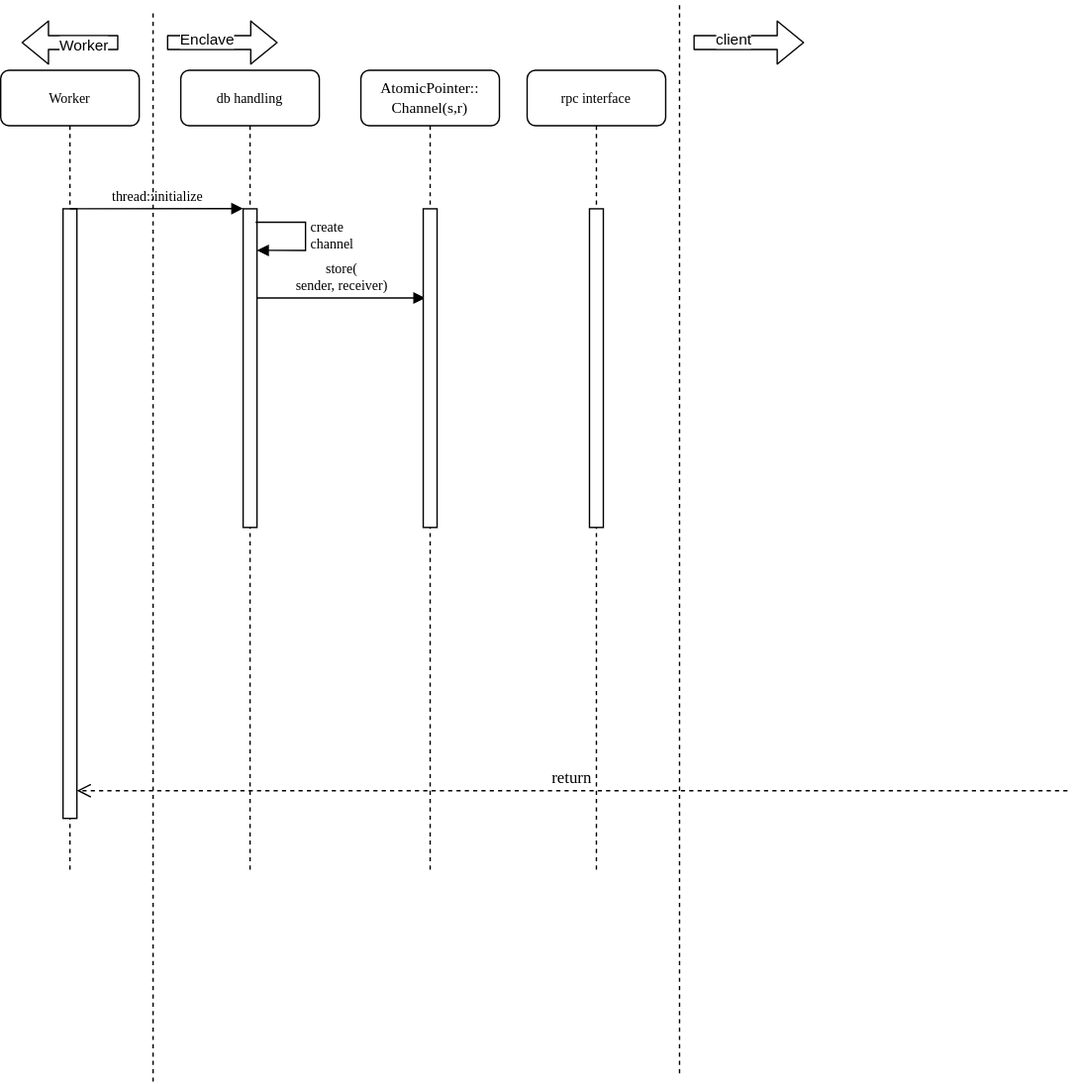
Earlier version of the draw.io export database_thread.svg (haerdib/substraTEE_diagramms). Source tidied: cells renumbered, new cells last; positions are measured from the earlier drawing's top-left corner, leaving out a move shared by most shapes.
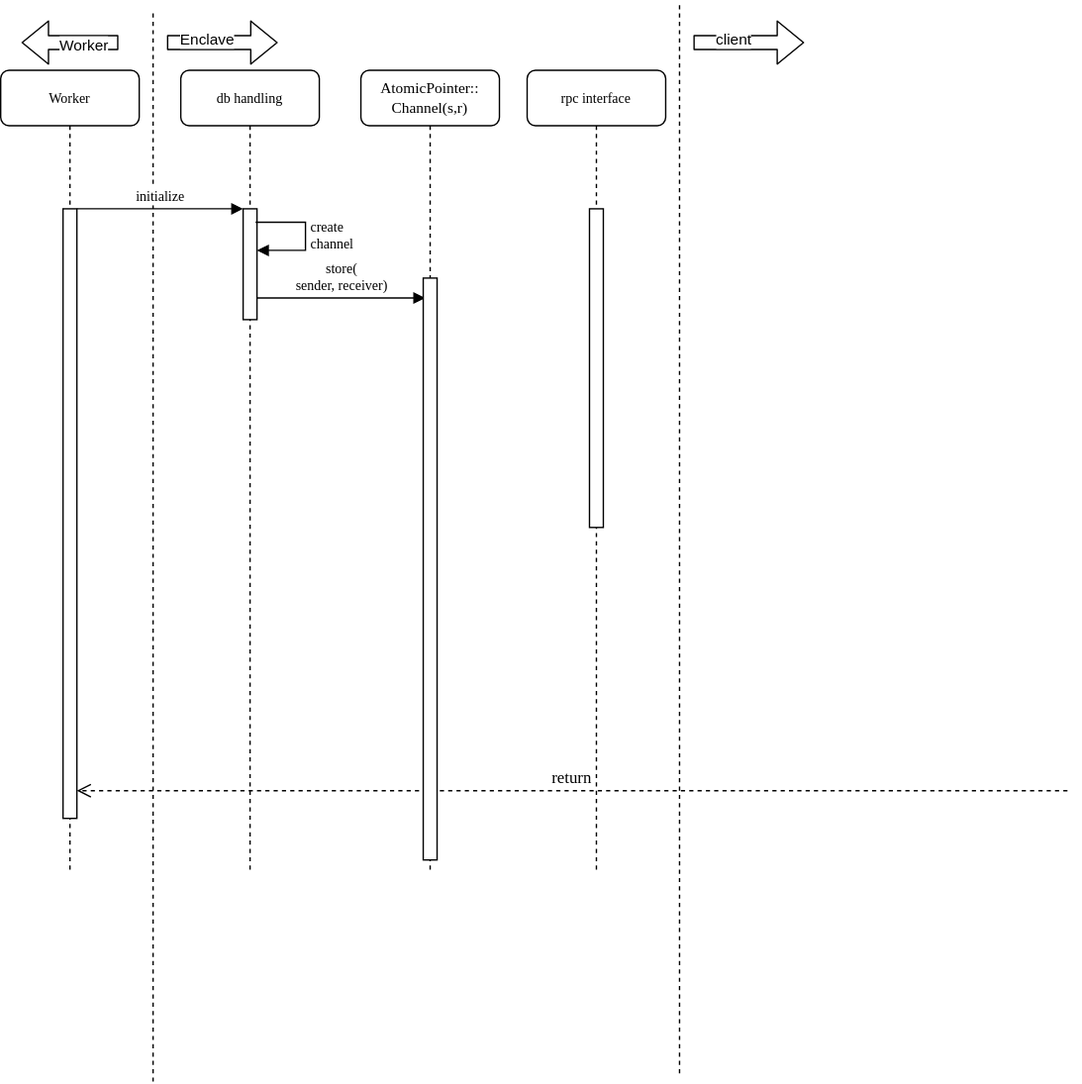
Above is the later version.

Diff of the diagram source:
```diff
@@ -6,7 +6,7 @@
       <mxGeometry x="130" y="50" width="100" height="580" as="geometry" />
     </mxCell>
     <mxCell id="3" style="html=1;points=[];perimeter=orthogonalPerimeter;rounded=0;shadow=0;comic=0;labelBackgroundColor=none;strokeWidth=1;fontFamily=Verdana;fontSize=12;align=center;" parent="2" vertex="1">
-      <mxGeometry x="45" y="100" width="10" height="230" as="geometry" />
+      <mxGeometry x="45" y="100" width="10" height="80" as="geometry" />
     </mxCell>
     <mxCell id="4" value="&lt;div style=&quot;font-size: 10px&quot;&gt;&lt;font style=&quot;font-size: 10px&quot; face=&quot;Verdana&quot;&gt;create &lt;br&gt;&lt;/font&gt;&lt;/div&gt;&lt;div style=&quot;font-size: 10px&quot;&gt;&lt;font style=&quot;font-size: 10px&quot; face=&quot;Verdana&quot;&gt;channel&lt;/font&gt;&lt;/div&gt;" style="edgeStyle=orthogonalEdgeStyle;html=1;align=left;spacingLeft=2;endArrow=block;rounded=0;exitX=0.9;exitY=0.129;exitDx=0;exitDy=0;exitPerimeter=0;" parent="2" edge="1">
       <mxGeometry relative="1" as="geometry">
@@ -38,15 +38,19 @@
         </Array>
       </mxGeometry>
     </mxCell>
+    <mxCell id="10" style="endArrow=none;dashed=1;html=1;" parent="1" edge="1">
+      <mxGeometry relative="1" as="geometry">
+        <mxPoint x="110" y="780" as="sourcePoint" />
+        <mxPoint x="110" y="6" as="targetPoint" />
+      </mxGeometry>
+    </mxCell>
-    <mxCell id="9" value="&lt;font style=&quot;font-size: 10px&quot;&gt;&lt;span style=&quot;background-color: rgb(255 , 255 , 255)&quot;&gt;thread::initialize&lt;/span&gt;&lt;/font&gt;" style="html=1;verticalAlign=bottom;endArrow=block;entryX=0;entryY=0;labelBackgroundColor=none;fontFamily=Verdana;fontSize=12;edgeStyle=elbowEdgeStyle;elbow=vertical;" parent="1" edge="1" source="6" target="3">
-      <mxGeometry relative="1" as="geometry" />
+    <mxCell id="9" value="&lt;span style=&quot;background-color: rgb(255 , 255 , 255)&quot;&gt;&lt;font style=&quot;font-size: 10px&quot;&gt;initialize&lt;/font&gt;&lt;/span&gt;" style="html=1;verticalAlign=bottom;endArrow=block;entryX=0;entryY=0;labelBackgroundColor=none;fontFamily=Verdana;fontSize=12;edgeStyle=elbowEdgeStyle;elbow=vertical;" parent="1" edge="1" source="6" target="3">
+      <mxGeometry relative="1" as="geometry">
+        <Array as="points">
+          <mxPoint x="140" y="150" />
+        </Array>
+      </mxGeometry>
     </mxCell>
-    <mxCell id="10" style="endArrow=none;dashed=1;html=1;" parent="1" edge="1">
-      <mxGeometry relative="1" as="geometry">
-        <mxPoint x="110" y="780" as="sourcePoint" />
-        <mxPoint x="110" y="6" as="targetPoint" />
-      </mxGeometry>
-    </mxCell>
     <mxCell id="11" style="shape=flexArrow;endArrow=classic;html=1;" parent="1" edge="1">
       <mxGeometry relative="1" as="geometry">
         <mxPoint x="120" y="30" as="sourcePoint" />
@@ -90,7 +94,7 @@
       <mxGeometry x="260" y="50" width="100" height="580" as="geometry" />
     </mxCell>
     <mxCell id="21" style="html=1;perimeter=orthogonalPerimeter;rounded=0;shadow=0;comic=0;labelBackgroundColor=none;strokeWidth=1;fontFamily=Verdana;fontSize=12;align=center;" parent="20" vertex="1">
-      <mxGeometry x="45" y="100" width="10" height="230" as="geometry" />
+      <mxGeometry x="45" y="150" width="10" height="420" as="geometry" />
     </mxCell>
   </root>
 </mxGraphModel>
```
